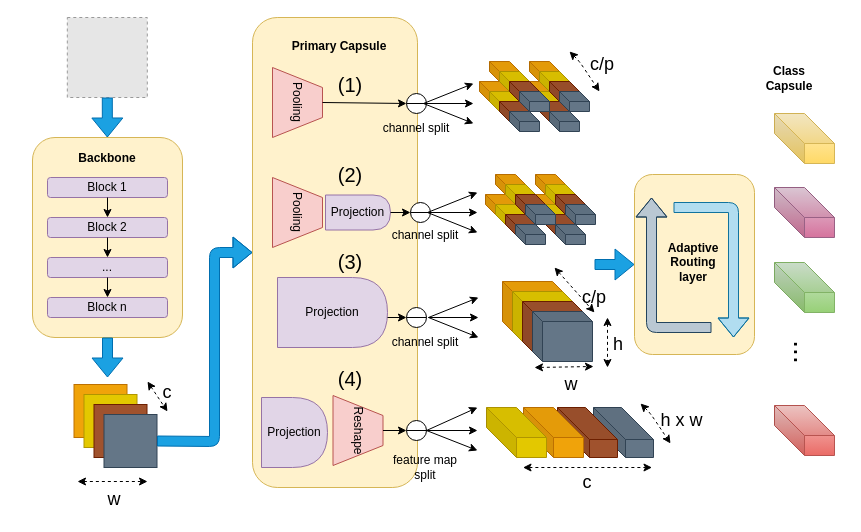
Earlier version of the draw.io diagram assets/model3.drawio (Ka0Ri/Capsule-Network). Source tidied: cells renumbered, new cells numbered last; positions are measured from the earlier drawing's top-left corner, leaving out a move shared by most shapes. Both pictures are drawn from the tidied source at 100%, with x=0, y=0 at pixel (17, 17). Pictures stored in the file or linked from it are replaced by grey dashed boxes.
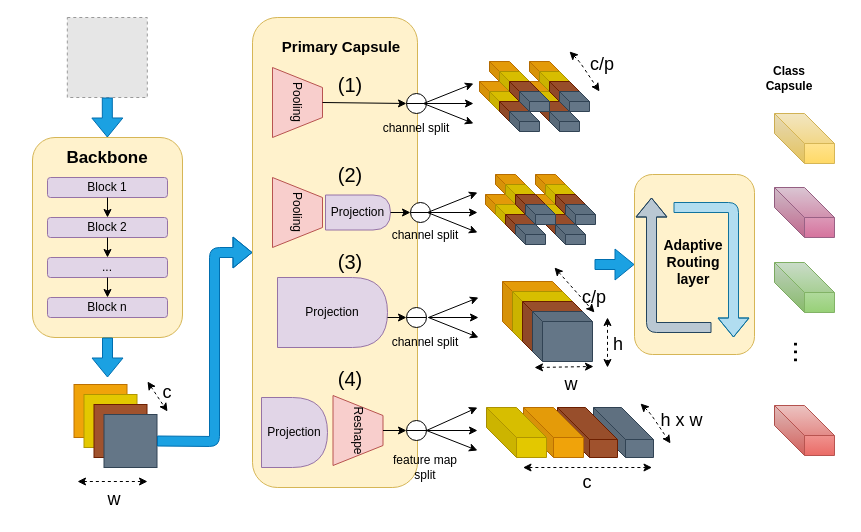
The same page after the edit.

What changed in the source:
```diff
@@
-<mxGraphModel>
+<mxGraphModel background="#FFFFFF">
@@
-    <mxCell id="108" value="&lt;b&gt;Adaptive&lt;br&gt;Routing layer&lt;/b&gt;" style="text;html=1;strokeColor=none;fillColor=none;align=center;verticalAlign=middle;whiteSpace=wrap;rounded=0;" parent="1" vertex="1">
+    <mxCell id="108" value="&lt;b style=&quot;font-size: 14px;&quot;&gt;Adaptive&lt;br&gt;Routing layer&lt;/b&gt;" style="text;html=1;strokeColor=none;fillColor=none;align=center;verticalAlign=middle;whiteSpace=wrap;rounded=0;" parent="1" vertex="1">
       <mxGeometry x="646" y="230" width="60" height="30" as="geometry" />
     </mxCell>
@@
-    <mxCell id="110" value="&lt;b&gt;Primary Capsule&lt;/b&gt;" style="text;html=1;strokeColor=none;fillColor=none;align=center;verticalAlign=middle;whiteSpace=wrap;rounded=0;" parent="1" vertex="1">
-      <mxGeometry x="267" y="14" width="110" height="30" as="geometry" />
+    <mxCell id="110" value="&lt;b&gt;&lt;font style=&quot;font-size: 15px;&quot;&gt;Primary Capsule&lt;/font&gt;&lt;/b&gt;" style="text;html=1;strokeColor=none;fillColor=none;align=center;verticalAlign=middle;whiteSpace=wrap;rounded=0;" parent="1" vertex="1">
+      <mxGeometry x="259" y="14" width="130" height="30" as="geometry" />
     </mxCell>
-    <mxCell id="111" value="&lt;b&gt;Backbone&lt;/b&gt;" style="text;html=1;strokeColor=none;fillColor=none;align=center;verticalAlign=middle;whiteSpace=wrap;rounded=0;" parent="1" vertex="1">
+    <mxCell id="111" value="&lt;b&gt;&lt;font style=&quot;font-size: 17px;&quot;&gt;Backbone&lt;/font&gt;&lt;/b&gt;" style="text;html=1;strokeColor=none;fillColor=none;align=center;verticalAlign=middle;whiteSpace=wrap;rounded=0;" parent="1" vertex="1">
       <mxGeometry x="34.8" y="126" width="110" height="30" as="geometry" />
     </mxCell>
```
